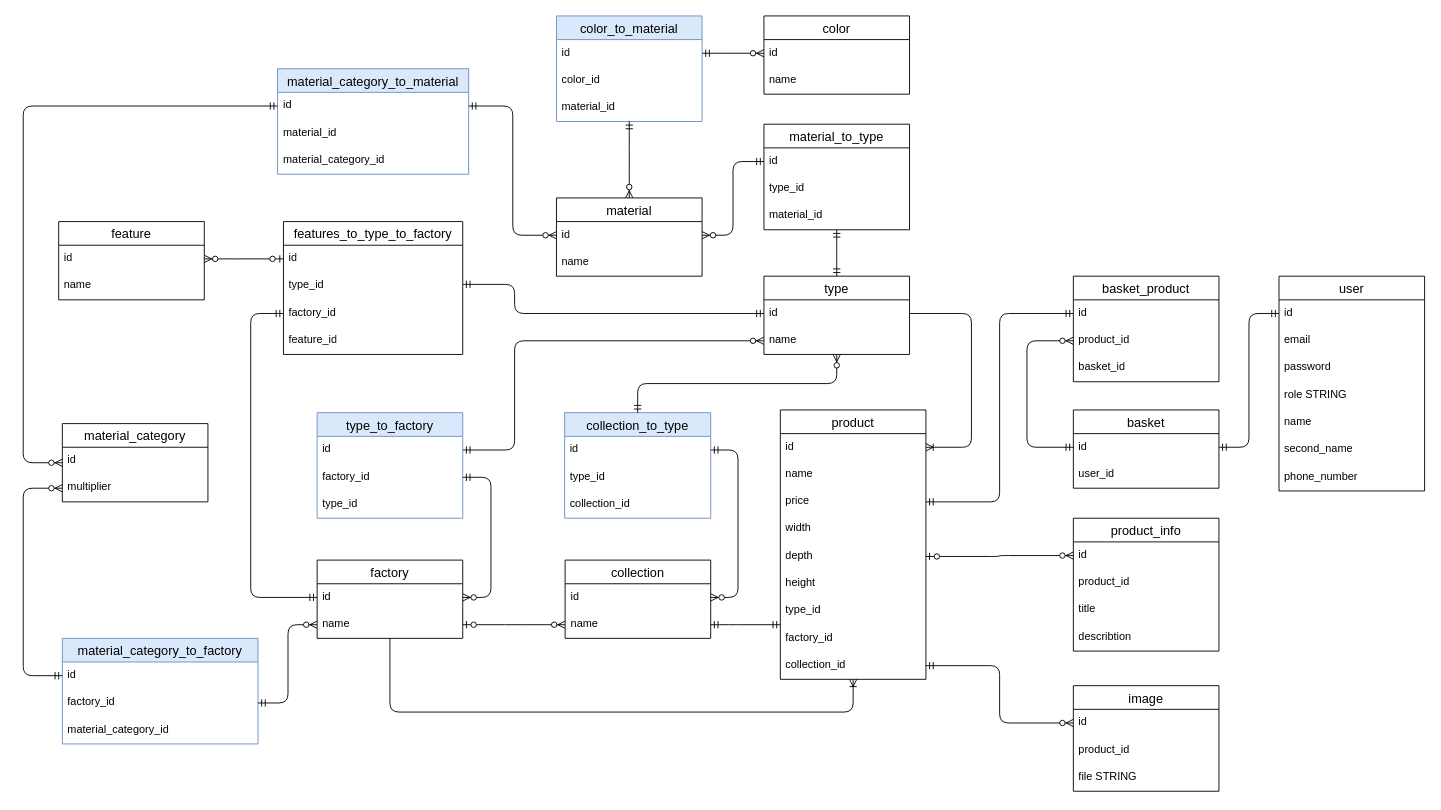
Before: DB-riazanov-shop.drawio in Ingwaruz/riazanov-mebel-shop, a draw.io diagram. Source tidied: cells renumbered, new cells numbered last; positions are measured from the earlier drawing's top-left corner, leaving out a move shared by most shapes. Both pictures are drawn from the tidied source at 91%, with x=0, y=0 at pixel (23, 15).
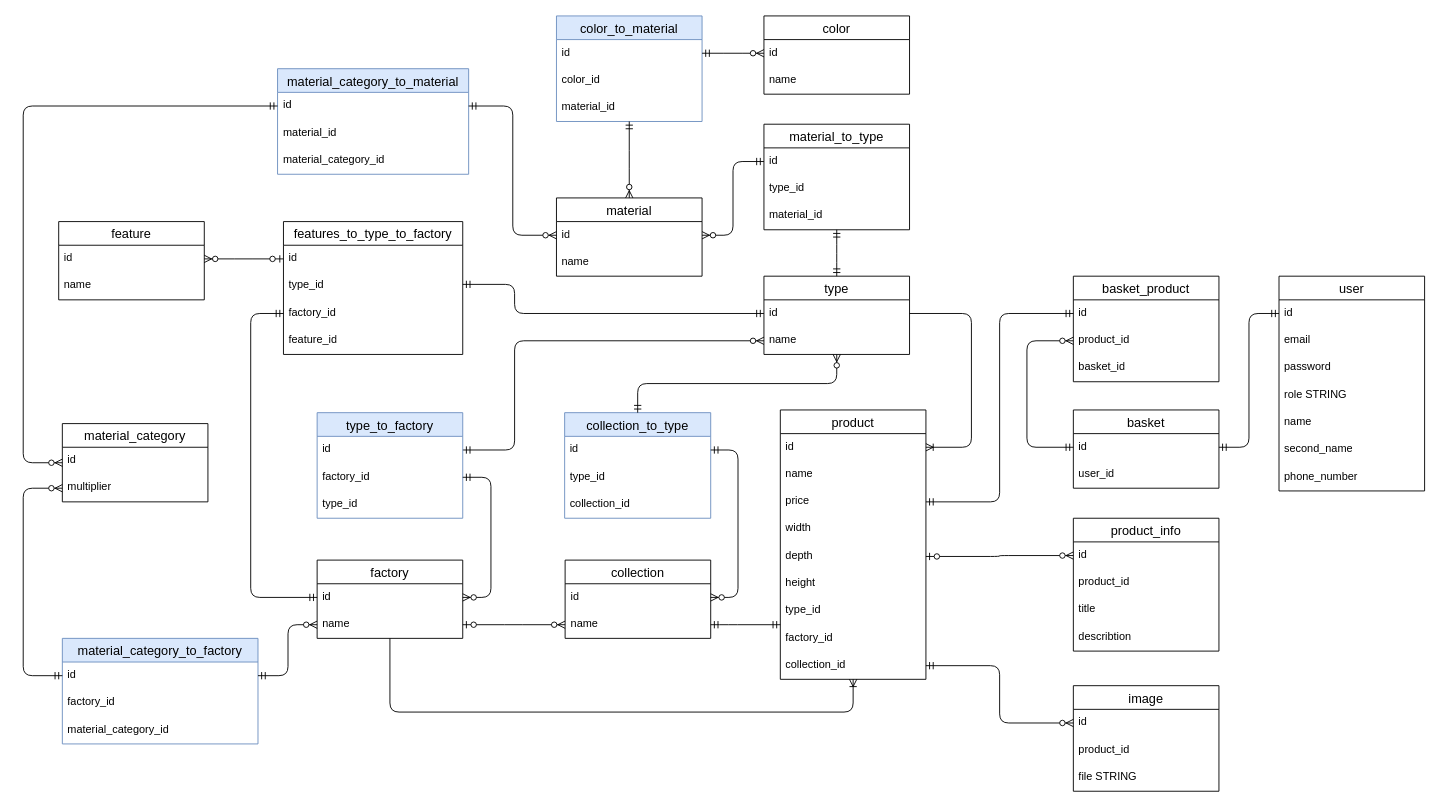
Above is the later version.

Commit message (it also covers changes not shown here):
fix material_category_to_factory

Unchanged cells that the change refers to:
```xml
<mxCell id="25" value="name" style="text;strokeColor=none;fillColor=none;spacingLeft=4;spacingRight=4;overflow=hidden;points=[[0,0.5],[1,0.5]];portConstraint=eastwest;fontSize=12;whiteSpace=wrap;html=1;" parent="23" vertex="1">
  <mxGeometry y="56" width="160" height="30" as="geometry" />
</mxCell>
<mxCell id="89" value="id" style="text;strokeColor=none;fillColor=none;spacingLeft=4;spacingRight=4;overflow=hidden;points=[[0,0.5],[1,0.5]];portConstraint=eastwest;fontSize=12;whiteSpace=wrap;html=1;" parent="88" vertex="1">
  <mxGeometry y="26" width="215" height="30" as="geometry" />
</mxCell>
<mxCell id="90" value="factory_id" style="text;strokeColor=none;fillColor=none;spacingLeft=4;spacingRight=4;overflow=hidden;points=[[0,0.5],[1,0.5]];portConstraint=eastwest;fontSize=12;whiteSpace=wrap;html=1;" parent="88" vertex="1">
  <mxGeometry y="56" width="215" height="30" as="geometry" />
</mxCell>
```

The edit, as a diff of the source:
```diff
@@
-    <mxCell id="100" style="edgeStyle=elbowEdgeStyle;fontSize=12;html=1;endArrow=ERzeroToMany;startArrow=ERmandOne;rounded=1;" parent="1" edge="1" source="90" target="25">
+    <mxCell id="100" style="edgeStyle=elbowEdgeStyle;fontSize=12;html=1;endArrow=ERzeroToMany;startArrow=ERmandOne;rounded=1;" parent="1" edge="1" source="89" target="25">
       <mxGeometry relative="1" as="geometry" />
     </mxCell>
```
